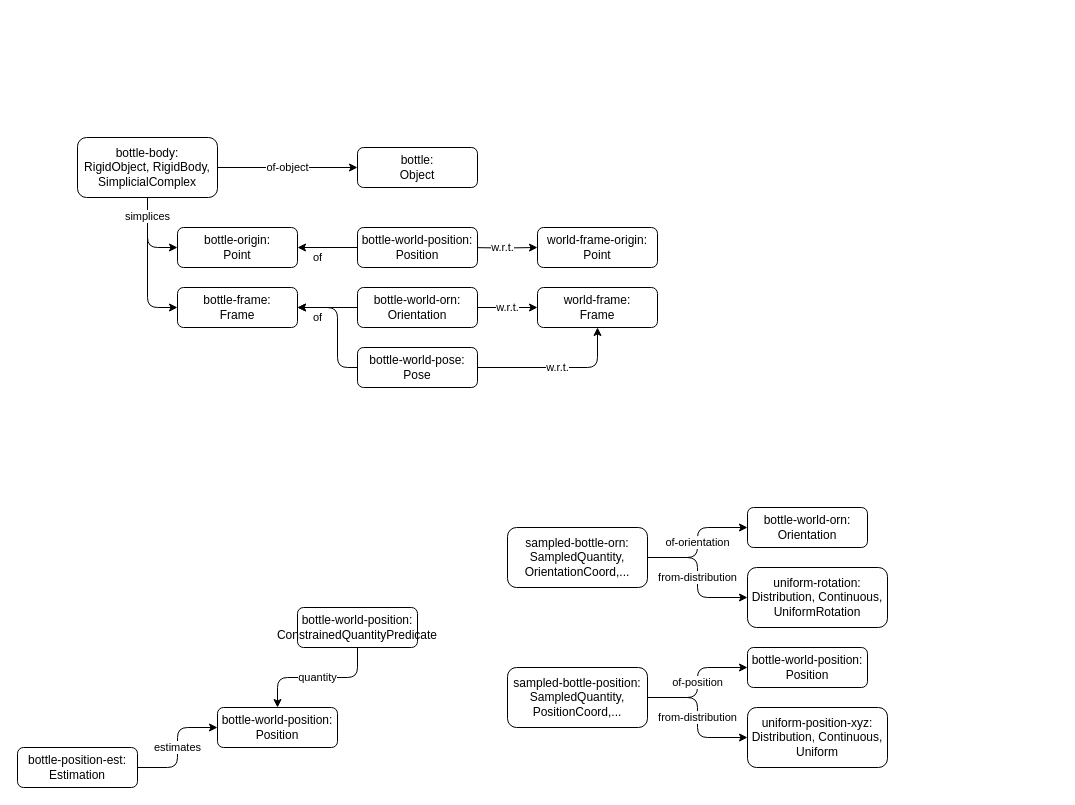
minhnh/drawio-diagrams keeps this draw.io diagram as page "domain models" (6 of 8) of bdd-example-pickplace.drawio. Above is the earlier version. Source tidied: cells renumbered, new cells numbered last; positions are measured from the earlier drawing's top-left corner, leaving out a move shared by most shapes. Both pictures are drawn from the tidied source at 100%, with x=0, y=0 at pixel (17, 137).
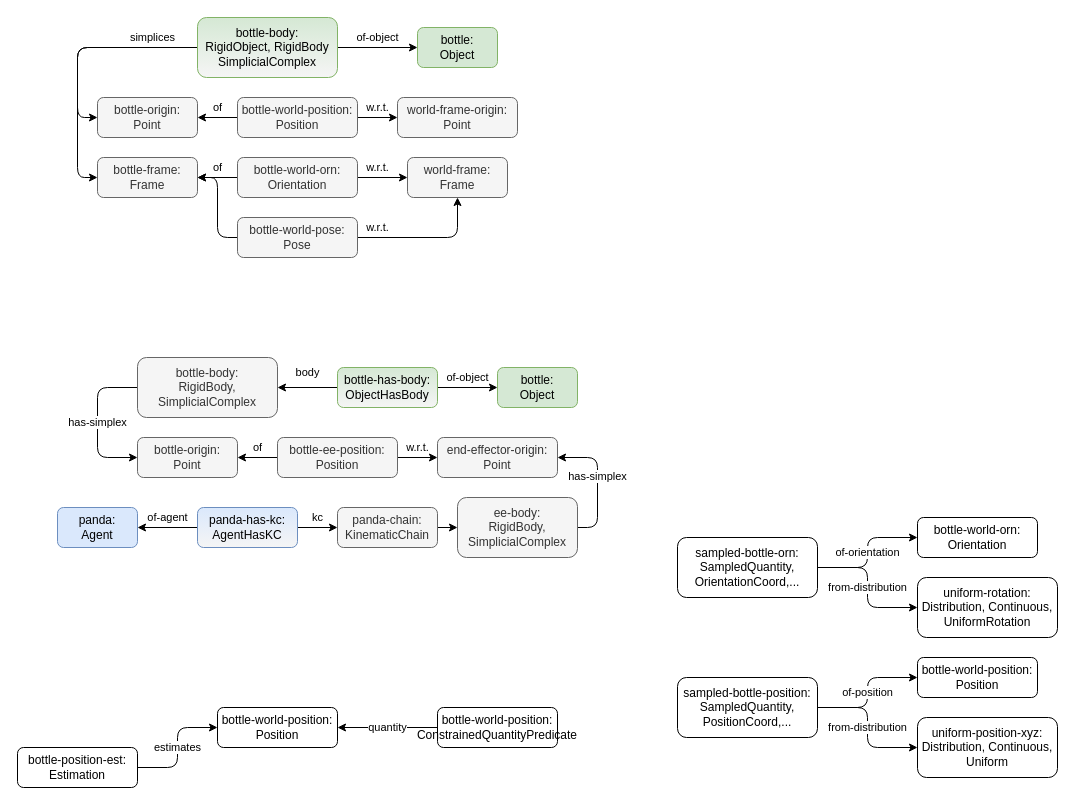
After the change.

Change to the diagram source:
```diff
@@
-    <mxCell id="2" value="bottle:&lt;br&gt;Object" style="rounded=1;whiteSpace=wrap;html=1;" parent="1" vertex="1">
-      <mxGeometry x="340" y="10" width="120" height="40" as="geometry" />
+    <mxCell id="2" value="bottle:&lt;br&gt;Object" style="rounded=1;whiteSpace=wrap;html=1;fillColor=#d5e8d4;strokeColor=#82b366;" parent="1" vertex="1">
+      <mxGeometry x="400" y="-110" width="80" height="40" as="geometry" />
     </mxCell>
     <mxCell id="3" value="of-object" style="edgeStyle=orthogonalEdgeStyle;shape=connector;rounded=1;jettySize=auto;html=1;labelBackgroundColor=default;strokeColor=default;align=center;verticalAlign=middle;fontFamily=Helvetica;fontSize=11;fontColor=default;endArrow=classic;" parent="1" edge="1" source="6" target="2">
-      <mxGeometry relative="1" as="geometry" />
+      <mxGeometry y="10" relative="1" as="geometry" />
     </mxCell>
     <mxCell id="4" style="edgeStyle=orthogonalEdgeStyle;shape=connector;rounded=1;jettySize=auto;html=1;labelBackgroundColor=default;strokeColor=default;align=center;verticalAlign=middle;fontFamily=Helvetica;fontSize=11;fontColor=default;endArrow=classic;" parent="1" edge="1" source="6" target="7">
       <mxGeometry relative="1" as="geometry">
         <Array as="points">
-          <mxPoint x="130" y="110" />
+          <mxPoint x="60" y="-90" />
+          <mxPoint x="60" y="-20" />
         </Array>
       </mxGeometry>
     </mxCell>
     <mxCell id="5" value="simplices" style="edgeStyle=orthogonalEdgeStyle;shape=connector;rounded=1;jettySize=auto;html=1;labelBackgroundColor=default;strokeColor=default;align=center;verticalAlign=middle;fontFamily=Helvetica;fontSize=11;fontColor=default;endArrow=classic;" parent="1" edge="1" source="6" target="8">
-      <mxGeometry x="-0.73" relative="1" as="geometry">
+      <mxGeometry x="-0.67" y="-10" relative="1" as="geometry">
         <Array as="points">
-          <mxPoint x="130" y="170" />
+          <mxPoint x="60" y="-90" />
+          <mxPoint x="60" y="40" />
         </Array>
       </mxGeometry>
     </mxCell>
-    <mxCell id="6" value="bottle-body:&lt;br&gt;RigidObject, RigidBody, SimplicialComplex" style="rounded=1;whiteSpace=wrap;html=1;" parent="1" vertex="1">
-      <mxGeometry x="60" width="140" height="60" as="geometry" />
+    <mxCell id="6" value="bottle-body:&lt;br&gt;RigidObject, RigidBody SimplicialComplex" style="rounded=1;whiteSpace=wrap;html=1;fillColor=#d5e8d4;strokeColor=#82b366;gradientColor=#F5F5F5;" parent="1" vertex="1">
+      <mxGeometry x="180" y="-120" width="140" height="60" as="geometry" />
     </mxCell>
-    <mxCell id="7" value="bottle-origin:&lt;br&gt;Point" style="rounded=1;whiteSpace=wrap;html=1;" parent="1" vertex="1">
-      <mxGeometry x="160" y="90" width="120" height="40" as="geometry" />
+    <mxCell id="7" value="bottle-origin:&lt;br&gt;Point" style="rounded=1;whiteSpace=wrap;html=1;fillColor=#f5f5f5;fontColor=#333333;strokeColor=#666666;" parent="1" vertex="1">
+      <mxGeometry x="80" y="-40" width="100" height="40" as="geometry" />
     </mxCell>
-    <mxCell id="8" value="bottle-frame:&lt;br&gt;Frame" style="rounded=1;whiteSpace=wrap;html=1;" parent="1" vertex="1">
-      <mxGeometry x="160" y="150" width="120" height="40" as="geometry" />
+    <mxCell id="8" value="bottle-frame:&lt;br&gt;Frame" style="rounded=1;whiteSpace=wrap;html=1;fillColor=#f5f5f5;fontColor=#333333;strokeColor=#666666;" parent="1" vertex="1">
+      <mxGeometry x="80" y="20" width="100" height="40" as="geometry" />
     </mxCell>
-    <mxCell id="9" value="world-frame-origin:&lt;br&gt;Point" style="rounded=1;whiteSpace=wrap;html=1;" parent="1" vertex="1">
-      <mxGeometry x="520" y="90" width="120" height="40" as="geometry" />
+    <mxCell id="9" value="world-frame-origin:&lt;br&gt;Point" style="rounded=1;whiteSpace=wrap;html=1;fillColor=#f5f5f5;fontColor=#333333;strokeColor=#666666;" parent="1" vertex="1">
+      <mxGeometry x="380" y="-40" width="120" height="40" as="geometry" />
     </mxCell>
-    <mxCell id="10" value="world-frame:&lt;br&gt;Frame" style="rounded=1;whiteSpace=wrap;html=1;" parent="1" vertex="1">
-      <mxGeometry x="520" y="150" width="120" height="40" as="geometry" />
+    <mxCell id="10" value="world-frame:&lt;br&gt;Frame" style="rounded=1;whiteSpace=wrap;html=1;fillColor=#f5f5f5;fontColor=#333333;strokeColor=#666666;" parent="1" vertex="1">
+      <mxGeometry x="390" y="20" width="100" height="40" as="geometry" />
     </mxCell>
     <mxCell id="11" value="of" style="edgeStyle=orthogonalEdgeStyle;shape=connector;rounded=1;jettySize=auto;html=1;labelBackgroundColor=default;strokeColor=default;align=center;verticalAlign=middle;fontFamily=Helvetica;fontSize=11;fontColor=default;endArrow=classic;" parent="1" edge="1" source="13" target="7">
-      <mxGeometry x="0.33" y="10" relative="1" as="geometry" />
+      <mxGeometry y="-10" relative="1" as="geometry" />
     </mxCell>
-    <mxCell id="12" value="w.r.t." style="edgeStyle=orthogonalEdgeStyle;shape=connector;rounded=1;jettySize=auto;html=1;labelBackgroundColor=default;strokeColor=default;align=center;verticalAlign=middle;fontFamily=Helvetica;fontSize=11;fontColor=default;endArrow=classic;" parent="1" edge="1" target="9">
-      <mxGeometry relative="1" as="geometry">
-        <mxPoint x="450" y="110" as="sourcePoint" />
-      </mxGeometry>
+    <mxCell id="12" value="w.r.t." style="edgeStyle=orthogonalEdgeStyle;shape=connector;rounded=1;jettySize=auto;html=1;labelBackgroundColor=default;strokeColor=default;align=center;verticalAlign=middle;fontFamily=Helvetica;fontSize=11;fontColor=default;endArrow=classic;" parent="1" edge="1" source="13" target="9">
+      <mxGeometry y="10" relative="1" as="geometry" />
     </mxCell>
-    <mxCell id="13" value="bottle-world-position:&lt;br&gt;Position" style="rounded=1;whiteSpace=wrap;html=1;" parent="1" vertex="1">
-      <mxGeometry x="340" y="90" width="120" height="40" as="geometry" />
+    <mxCell id="13" value="bottle-world-position:&lt;br&gt;Position" style="rounded=1;whiteSpace=wrap;html=1;fillColor=#f5f5f5;fontColor=#333333;strokeColor=#666666;" parent="1" vertex="1">
+      <mxGeometry x="220" y="-40" width="120" height="40" as="geometry" />
     </mxCell>
     <mxCell id="14" value="of" style="edgeStyle=orthogonalEdgeStyle;shape=connector;rounded=1;jettySize=auto;html=1;labelBackgroundColor=default;strokeColor=default;align=center;verticalAlign=middle;fontFamily=Helvetica;fontSize=11;fontColor=default;endArrow=classic;" parent="1" edge="1" source="16" target="8">
-      <mxGeometry x="0.33" y="10" relative="1" as="geometry" />
+      <mxGeometry y="-10" relative="1" as="geometry" />
     </mxCell>
     <mxCell id="15" value="w.r.t." style="edgeStyle=orthogonalEdgeStyle;shape=connector;rounded=1;jettySize=auto;html=1;labelBackgroundColor=default;strokeColor=default;align=center;verticalAlign=middle;fontFamily=Helvetica;fontSize=11;fontColor=default;endArrow=classic;" parent="1" edge="1" source="16" target="10">
-      <mxGeometry relative="1" as="geometry" />
+      <mxGeometry x="-0.2" y="10" relative="1" as="geometry" />
     </mxCell>
-    <mxCell id="16" value="bottle-world-orn:&lt;br&gt;Orientation" style="rounded=1;whiteSpace=wrap;html=1;" parent="1" vertex="1">
-      <mxGeometry x="340" y="150" width="120" height="40" as="geometry" />
+    <mxCell id="16" value="bottle-world-orn:&lt;br&gt;Orientation" style="rounded=1;whiteSpace=wrap;html=1;fillColor=#f5f5f5;fontColor=#333333;strokeColor=#666666;" parent="1" vertex="1">
+      <mxGeometry x="220" y="20" width="120" height="40" as="geometry" />
     </mxCell>
     <mxCell id="17" style="edgeStyle=orthogonalEdgeStyle;shape=connector;rounded=1;jettySize=auto;html=1;labelBackgroundColor=default;strokeColor=default;align=center;verticalAlign=middle;fontFamily=Helvetica;fontSize=11;fontColor=default;endArrow=classic;" parent="1" edge="1" source="19" target="8">
       <mxGeometry relative="1" as="geometry">
         <Array as="points">
-          <mxPoint x="320" y="230" />
-          <mxPoint x="320" y="170" />
+          <mxPoint x="200" y="100" />
+          <mxPoint x="200" y="40" />
         </Array>
       </mxGeometry>
     </mxCell>
     <mxCell id="18" value="w.r.t." style="edgeStyle=orthogonalEdgeStyle;shape=connector;rounded=1;jettySize=auto;html=1;labelBackgroundColor=default;strokeColor=default;align=center;verticalAlign=middle;fontFamily=Helvetica;fontSize=11;fontColor=default;endArrow=classic;" parent="1" edge="1" source="19" target="10">
-      <mxGeometry relative="1" as="geometry" />
+      <mxGeometry x="-0.71" y="10" relative="1" as="geometry" />
     </mxCell>
-    <mxCell id="19" value="bottle-world-pose:&lt;br&gt;Pose" style="rounded=1;whiteSpace=wrap;html=1;" parent="1" vertex="1">
-      <mxGeometry x="340" y="210" width="120" height="40" as="geometry" />
+    <mxCell id="19" value="bottle-world-pose:&lt;br&gt;Pose" style="rounded=1;whiteSpace=wrap;html=1;fillColor=#f5f5f5;fontColor=#333333;strokeColor=#666666;" parent="1" vertex="1">
+      <mxGeometry x="220" y="80" width="120" height="40" as="geometry" />
     </mxCell>
     <mxCell id="20" value="bottle-world-orn:&lt;br&gt;Orientation" style="rounded=1;whiteSpace=wrap;html=1;" parent="1" vertex="1">
-      <mxGeometry x="730" y="370" width="120" height="40" as="geometry" />
+      <mxGeometry x="900" y="380" width="120" height="40" as="geometry" />
     </mxCell>
     <mxCell id="21" value="bottle-world-position:&lt;br&gt;Position" style="rounded=1;whiteSpace=wrap;html=1;" parent="1" vertex="1">
-      <mxGeometry x="730" y="510" width="120" height="40" as="geometry" />
+      <mxGeometry x="900" y="520" width="120" height="40" as="geometry" />
     </mxCell>
     <mxCell id="22" value="uniform-position-xyz:&lt;br&gt;Distribution, Continuous, Uniform" style="rounded=1;whiteSpace=wrap;html=1;" parent="1" vertex="1">
-      <mxGeometry x="730" y="570" width="140" height="60" as="geometry" />
+      <mxGeometry x="900" y="580" width="140" height="60" as="geometry" />
     </mxCell>
     <mxCell id="23" value="uniform-rotation:&lt;br&gt;Distribution, Continuous, UniformRotation" style="rounded=1;whiteSpace=wrap;html=1;" parent="1" vertex="1">
-      <mxGeometry x="730" y="430" width="140" height="60" as="geometry" />
+      <mxGeometry x="900" y="440" width="140" height="60" as="geometry" />
     </mxCell>
@@
     <mxCell id="26" value="sampled-bottle-orn:&lt;br&gt;SampledQuantity, OrientationCoord,..." style="rounded=1;whiteSpace=wrap;html=1;" parent="1" vertex="1">
-      <mxGeometry x="490" y="390" width="140" height="60" as="geometry" />
+      <mxGeometry x="660" y="400" width="140" height="60" as="geometry" />
     </mxCell>
@@
     <mxCell id="29" value="sampled-bottle-position:&lt;br&gt;SampledQuantity, PositionCoord,..." style="rounded=1;whiteSpace=wrap;html=1;" parent="1" vertex="1">
-      <mxGeometry x="490" y="530" width="140" height="60" as="geometry" />
+      <mxGeometry x="660" y="540" width="140" height="60" as="geometry" />
     </mxCell>
@@
     <mxCell id="34" value="bottle-world-position:&lt;br&gt;ConstrainedQuantityPredicate" style="rounded=1;whiteSpace=wrap;html=1;" parent="1" vertex="1">
-      <mxGeometry x="280" y="470" width="120" height="40" as="geometry" />
+      <mxGeometry x="420" y="570" width="120" height="40" as="geometry" />
     </mxCell>
+    <mxCell id="35" value="bottle:&lt;br&gt;Object" style="rounded=1;whiteSpace=wrap;html=1;fillColor=#d5e8d4;strokeColor=#82b366;" parent="1" vertex="1">
+      <mxGeometry x="480" y="230" width="80" height="40" as="geometry" />
+    </mxCell>
+    <mxCell id="36" value="of-object" style="edgeStyle=orthogonalEdgeStyle;shape=connector;rounded=1;jettySize=auto;html=1;labelBackgroundColor=default;strokeColor=default;align=center;verticalAlign=middle;fontFamily=Helvetica;fontSize=11;fontColor=default;endArrow=classic;" parent="1" edge="1" source="39" target="35">
+      <mxGeometry y="10" relative="1" as="geometry" />
+    </mxCell>
+    <mxCell id="37" value="has-simplex" style="edgeStyle=orthogonalEdgeStyle;shape=connector;rounded=1;jettySize=auto;html=1;labelBackgroundColor=default;strokeColor=default;align=center;verticalAlign=middle;fontFamily=Helvetica;fontSize=11;fontColor=default;endArrow=classic;" parent="1" edge="1" source="46" target="40">
+      <mxGeometry relative="1" as="geometry">
+        <Array as="points">
+          <mxPoint x="80" y="250" />
+          <mxPoint x="80" y="320" />
+        </Array>
+      </mxGeometry>
+    </mxCell>
+    <mxCell id="38" value="body" style="edgeStyle=orthogonalEdgeStyle;shape=connector;rounded=1;jettySize=auto;html=1;labelBackgroundColor=default;strokeColor=default;align=center;verticalAlign=middle;fontFamily=Helvetica;fontSize=11;fontColor=default;endArrow=classic;" parent="1" edge="1" source="39" target="46">
+      <mxGeometry y="-15" relative="1" as="geometry" />
+    </mxCell>
+    <mxCell id="39" value="bottle-has-body:&lt;br&gt;ObjectHasBody" style="rounded=1;whiteSpace=wrap;html=1;fillColor=#d5e8d4;strokeColor=#82b366;gradientColor=#F5F5F5;" parent="1" vertex="1">
+      <mxGeometry x="320" y="230" width="100" height="40" as="geometry" />
+    </mxCell>
+    <mxCell id="40" value="bottle-origin:&lt;br&gt;Point" style="rounded=1;whiteSpace=wrap;html=1;fillColor=#f5f5f5;fontColor=#333333;strokeColor=#666666;" parent="1" vertex="1">
+      <mxGeometry x="120" y="300" width="100" height="40" as="geometry" />
+    </mxCell>
+    <mxCell id="41" value="end-effector-origin:&lt;br&gt;Point" style="rounded=1;whiteSpace=wrap;html=1;fillColor=#f5f5f5;fontColor=#333333;strokeColor=#666666;" parent="1" vertex="1">
+      <mxGeometry x="420" y="300" width="120" height="40" as="geometry" />
+    </mxCell>
+    <mxCell id="42" value="of" style="edgeStyle=orthogonalEdgeStyle;shape=connector;rounded=1;jettySize=auto;html=1;labelBackgroundColor=default;strokeColor=default;align=center;verticalAlign=middle;fontFamily=Helvetica;fontSize=11;fontColor=default;endArrow=classic;" parent="1" edge="1" source="44" target="40">
+      <mxGeometry y="-10" relative="1" as="geometry" />
+    </mxCell>
+    <mxCell id="43" value="w.r.t." style="edgeStyle=orthogonalEdgeStyle;shape=connector;rounded=1;jettySize=auto;html=1;labelBackgroundColor=default;strokeColor=default;align=center;verticalAlign=middle;fontFamily=Helvetica;fontSize=11;fontColor=default;endArrow=classic;" parent="1" edge="1" source="44" target="41">
+      <mxGeometry y="10" relative="1" as="geometry" />
+    </mxCell>
+    <mxCell id="44" value="bottle-ee-position:&lt;br&gt;Position" style="rounded=1;whiteSpace=wrap;html=1;fillColor=#f5f5f5;fontColor=#333333;strokeColor=#666666;" parent="1" vertex="1">
+      <mxGeometry x="260" y="300" width="120" height="40" as="geometry" />
+    </mxCell>
+    <mxCell id="45" value="panda:&lt;br&gt;Agent" style="rounded=1;whiteSpace=wrap;html=1;fillColor=#dae8fc;strokeColor=#6c8ebf;" parent="1" vertex="1">
+      <mxGeometry x="40" y="370" width="80" height="40" as="geometry" />
+    </mxCell>
+    <mxCell id="46" value="bottle-body:&lt;br&gt;RigidBody, SimplicialComplex" style="rounded=1;whiteSpace=wrap;html=1;fillColor=#f5f5f5;fontColor=#333333;strokeColor=#666666;" parent="1" vertex="1">
+      <mxGeometry x="120" y="220" width="140" height="60" as="geometry" />
+    </mxCell>
+    <mxCell id="47" value="has-simplex" style="edgeStyle=orthogonalEdgeStyle;shape=connector;rounded=1;jettySize=auto;html=1;labelBackgroundColor=default;strokeColor=default;align=center;verticalAlign=middle;fontFamily=Helvetica;fontSize=11;fontColor=default;endArrow=classic;" parent="1" edge="1" source="48" target="41">
+      <mxGeometry x="0.09" relative="1" as="geometry">
+        <Array as="points">
+          <mxPoint x="580" y="390" />
+          <mxPoint x="580" y="320" />
+        </Array>
+      </mxGeometry>
+    </mxCell>
+    <mxCell id="48" value="ee-body:&lt;br&gt;RigidBody, SimplicialComplex" style="rounded=1;whiteSpace=wrap;html=1;fillColor=#f5f5f5;fontColor=#333333;strokeColor=#666666;" parent="1" vertex="1">
+      <mxGeometry x="440" y="360" width="120" height="60" as="geometry" />
+    </mxCell>
+    <mxCell id="49" value="kc" style="edgeStyle=orthogonalEdgeStyle;shape=connector;rounded=1;jettySize=auto;html=1;labelBackgroundColor=default;strokeColor=default;align=center;verticalAlign=middle;fontFamily=Helvetica;fontSize=11;fontColor=default;endArrow=classic;" parent="1" edge="1" source="51" target="53">
+      <mxGeometry y="10" relative="1" as="geometry" />
+    </mxCell>
+    <mxCell id="50" value="of-agent" style="edgeStyle=orthogonalEdgeStyle;shape=connector;rounded=1;jettySize=auto;html=1;labelBackgroundColor=default;strokeColor=default;align=center;verticalAlign=middle;fontFamily=Helvetica;fontSize=11;fontColor=default;endArrow=classic;" parent="1" edge="1" source="51" target="45">
+      <mxGeometry y="-10" relative="1" as="geometry" />
+    </mxCell>
+    <mxCell id="51" value="panda-has-kc:&lt;br&gt;AgentHasKC" style="rounded=1;whiteSpace=wrap;html=1;fillColor=#dae8fc;strokeColor=#6c8ebf;gradientColor=#F5F5F5;" parent="1" vertex="1">
+      <mxGeometry x="180" y="370" width="100" height="40" as="geometry" />
+    </mxCell>
+    <mxCell id="52" style="edgeStyle=orthogonalEdgeStyle;shape=connector;rounded=1;jettySize=auto;html=1;labelBackgroundColor=default;strokeColor=default;align=center;verticalAlign=middle;fontFamily=Helvetica;fontSize=11;fontColor=default;endArrow=classic;" parent="1" edge="1" source="53" target="48">
+      <mxGeometry relative="1" as="geometry" />
+    </mxCell>
+    <mxCell id="53" value="panda-chain:&lt;br&gt;KinematicChain" style="rounded=1;whiteSpace=wrap;html=1;fillColor=#f5f5f5;fontColor=#333333;strokeColor=#666666;" parent="1" vertex="1">
+      <mxGeometry x="320" y="370" width="100" height="40" as="geometry" />
+    </mxCell>
```
